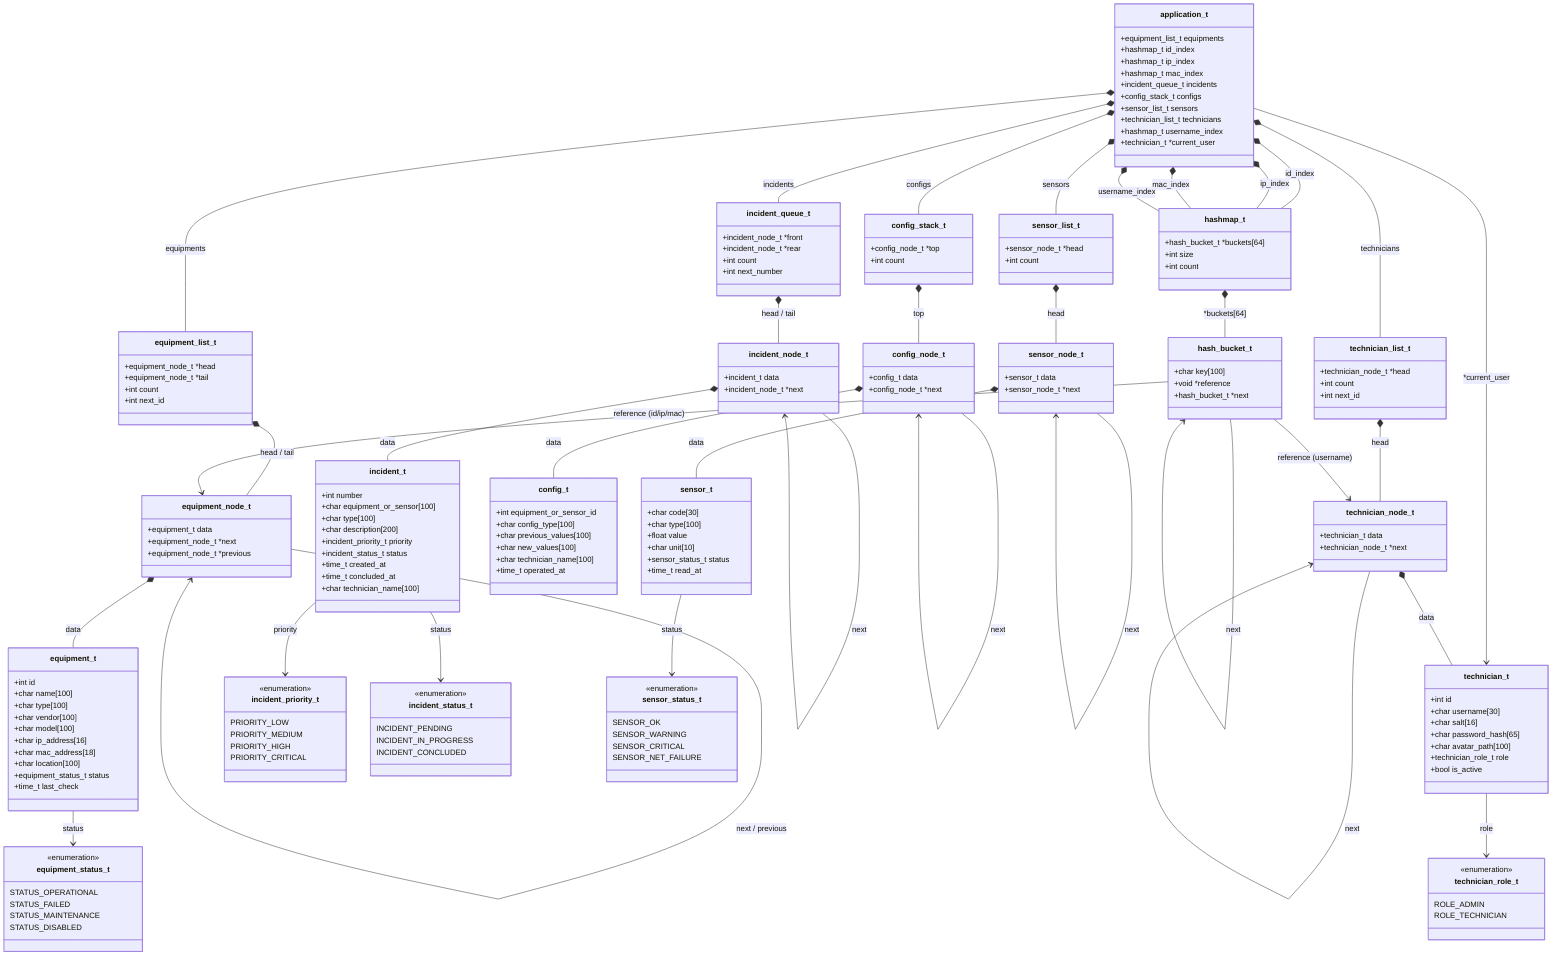
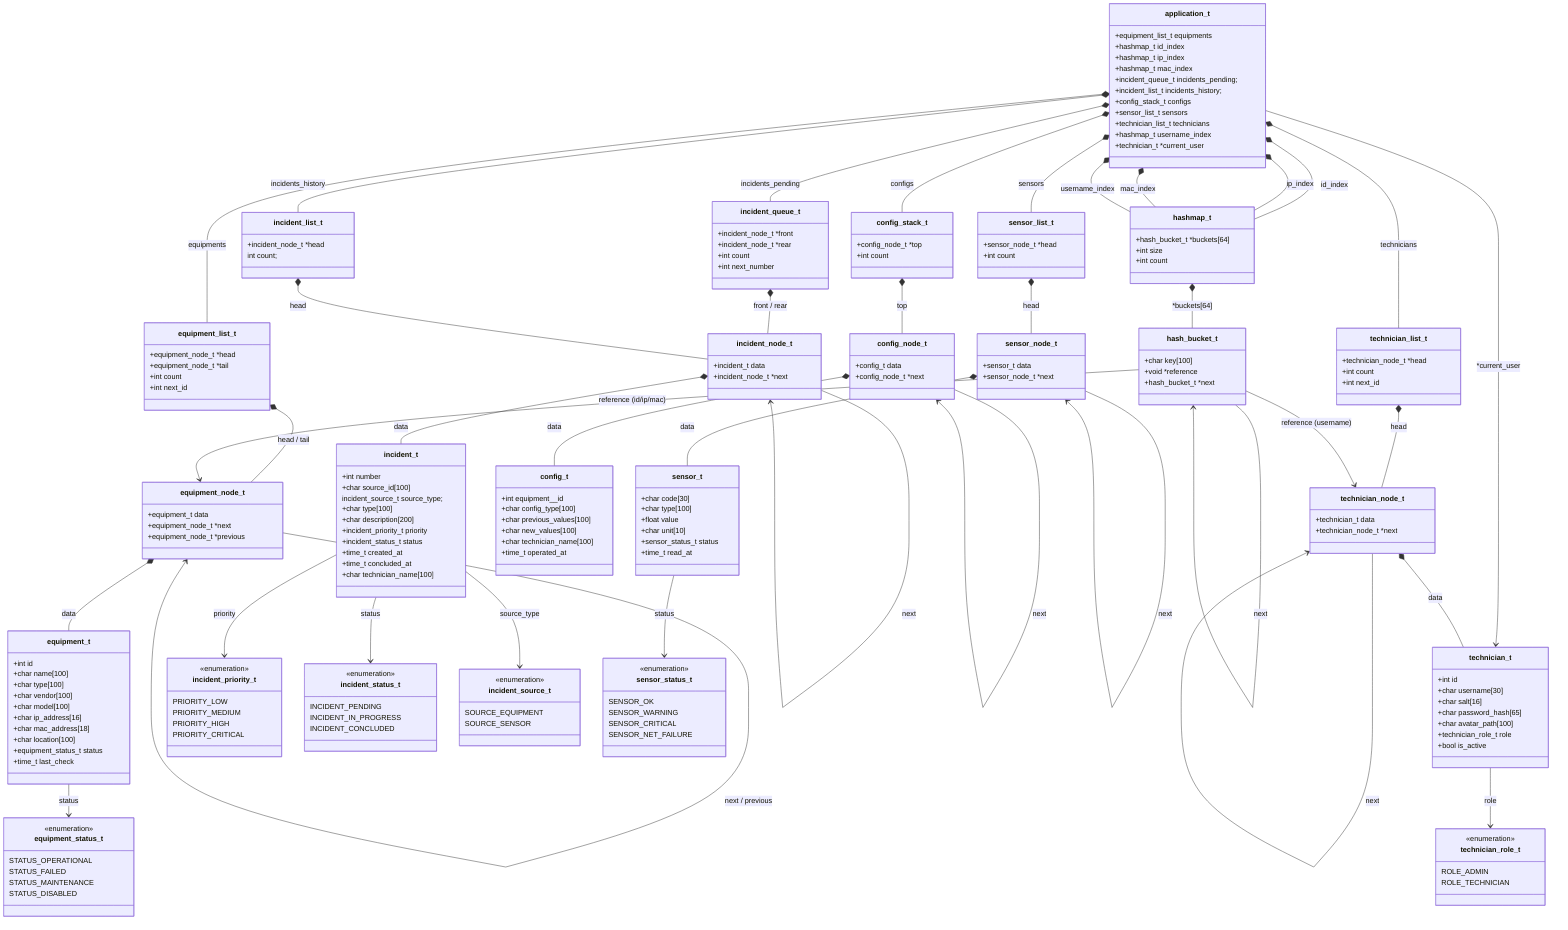
classDiagram

class application_t {
  +equipment_list_t       equipments
  +hashmap_t              id_index
  +hashmap_t              ip_index
  +hashmap_t              mac_index
-   +incident_queue_t       incidents
+   +incident_queue_t       incidents_pending;
+   +incident_list_t        incidents_history;
  +config_stack_t         configs
  +sensor_list_t          sensors
  +technician_list_t      technicians
  +hashmap_t              username_index
  +technician_t           *current_user
}


class equipment_t {
  +int                     id
  +char                    name[100]
  +char                    type[100]
  +char                    vendor[100]
  +char                    model[100]
  +char                    ip_address[16]
  +char                    mac_address[18]
  +char                    location[100]
  +equipment_status_t      status
  +time_t                  last_check
}

class equipment_node_t {
  +equipment_t           data
  +equipment_node_t      *next
  +equipment_node_t      *previous
}

class equipment_list_t {
  +equipment_node_t      *head
  +equipment_node_t      *tail
  +int                   count
  +int                   next_id
}



class incident_t {
  +int                      number
-   +char                     equipment_or_sensor[100]
+   +char                     source_id[100]
+   incident_source_t         source_type;
  +char                     type[100]
  +char                     description[200]
  +incident_priority_t      priority
  +incident_status_t        status
  +time_t                   created_at
  +time_t                   concluded_at
  +char                     technician_name[100]
}

class incident_node_t {
  +incident_t           data
  +incident_node_t      *next
}

class incident_queue_t {
  +incident_node_t      *front
  +incident_node_t      *rear
  +int                  count
  +int                  next_number
}

+ class incident_list_t {
+   +incident_node_t      *head
+   int                   count;
+ }
+ 


class config_t {
-   +int         equipment_or_sensor_id
+   +int         equipment__id
  +char        config_type[100]
  +char        previous_values[100]
  +char        new_values[100]
  +char        technician_name[100]
  +time_t      operated_at
}

class config_node_t {
  +config_t           data
  +config_node_t      *next
}

class config_stack_t {
  +config_node_t      *top
  +int                count
}



class sensor_t {
  +char                 code[30]
  +char                 type[100]
  +float                value
  +char                 unit[10]
  +sensor_status_t      status
  +time_t               read_at
}

class sensor_node_t {
  +sensor_t           data
  +sensor_node_t      *next
}

class sensor_list_t {
  +sensor_node_t      *head
  +int                count
}



class technician_t {
  +int                    id
  +char                   username[30]
  +char                   salt[16]
  +char                   password_hash[65]
  +char                   avatar_path[100]
  +technician_role_t      role
  +bool                   is_active
}

class technician_node_t {
  +technician_t           data
  +technician_node_t      *next
}

class technician_list_t {
  +technician_node_t      *head
  +int                    count
  +int                    next_id
}



class hashmap_t {
  +hash_bucket_t      *buckets[64]
  +int                size
  +int                count
}

class hash_bucket_t {
  +char               key[100]
  +void               *reference
  +hash_bucket_t      *next
}



class equipment_status_t {
  <<enumeration>>
  STATUS_OPERATIONAL
  STATUS_FAILED
  STATUS_MAINTENANCE
  STATUS_DISABLED
}

class incident_priority_t {
  <<enumeration>>
  PRIORITY_LOW
  PRIORITY_MEDIUM
  PRIORITY_HIGH
  PRIORITY_CRITICAL
}

class incident_status_t {
  <<enumeration>>
  INCIDENT_PENDING
  INCIDENT_IN_PROGRESS
  INCIDENT_CONCLUDED
}

+ class incident_source_t {
+   <<enumeration>>
+   SOURCE_EQUIPMENT
+   SOURCE_SENSOR
+ }
+ 
class sensor_status_t {
  <<enumeration>>
  SENSOR_OK
  SENSOR_WARNING
  SENSOR_CRITICAL
  SENSOR_NET_FAILURE
}

class technician_role_t {
  <<enumeration>>
  ROLE_ADMIN
  ROLE_TECHNICIAN
}



application_t *-- equipment_list_t      : equipments
application_t *-- hashmap_t             : id_index
application_t *-- hashmap_t             : ip_index
application_t *-- hashmap_t             : mac_index
- application_t *-- incident_queue_t      : incidents
+ application_t *-- incident_queue_t      : incidents_pending
+ application_t *-- incident_list_t       : incidents_history
application_t *-- config_stack_t        : configs
application_t *-- sensor_list_t         : sensors
application_t *-- technician_list_t     : technicians
application_t *-- hashmap_t             : username_index
application_t --> technician_t          : *current_user



equipment_t --> equipment_status_t         : status
equipment_node_t *-- equipment_t           : data
equipment_node_t --> equipment_node_t      : next / previous
equipment_list_t *-- equipment_node_t      : head / tail



incident_t --> incident_priority_t       : priority
incident_t --> incident_status_t         : status
+ incident_t --> incident_source_t         : source_type
incident_node_t *-- incident_t           : data
incident_node_t --> incident_node_t      : next
- incident_queue_t *-- incident_node_t     : head / tail
+ incident_queue_t *-- incident_node_t     : front / rear
+ incident_list_t *-- incident_node_t      : head



config_node_t *-- config_t           : data
config_node_t --> config_node_t      : next
config_stack_t *-- config_node_t     : top



sensor_t --> sensor_status_t         : status
sensor_node_t *-- sensor_t           : data
sensor_node_t --> sensor_node_t      : next
sensor_list_t *-- sensor_node_t      : head



technician_t --> technician_role_t           : role
technician_node_t *-- technician_t           : data
technician_node_t --> technician_node_t      : next
technician_list_t *-- technician_node_t      : head



hashmap_t *-- hash_bucket_t             : *buckets[64]
hash_bucket_t --> hash_bucket_t         : next
hash_bucket_t --> equipment_node_t      : reference (id/ip/mac)
hash_bucket_t --> technician_node_t     : reference (username)
